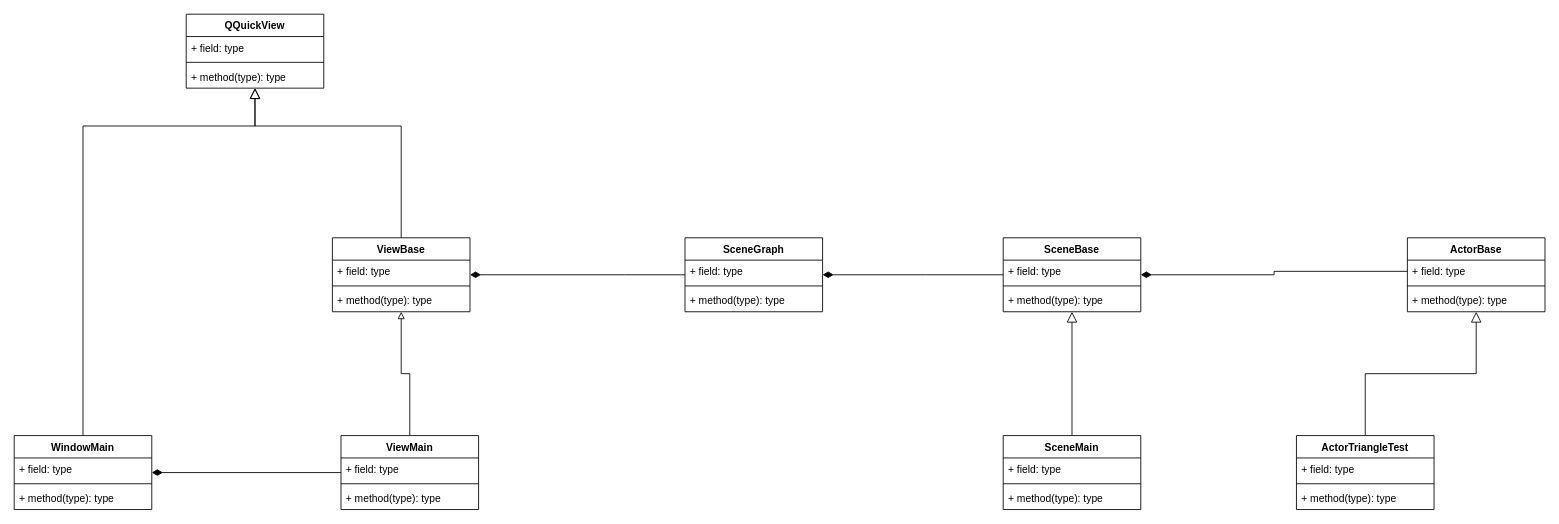
The draw.io diagram doc/OverallClassDiagram.drawio in moshanak/QtPlayGround, before the edit. Source tidied: cells renumbered, new cells numbered last; positions are measured from the earlier drawing's top-left corner, leaving out a move shared by most shapes. Both pictures are drawn from the tidied source at 86%, with x=0, y=0 at pixel (14, 14).
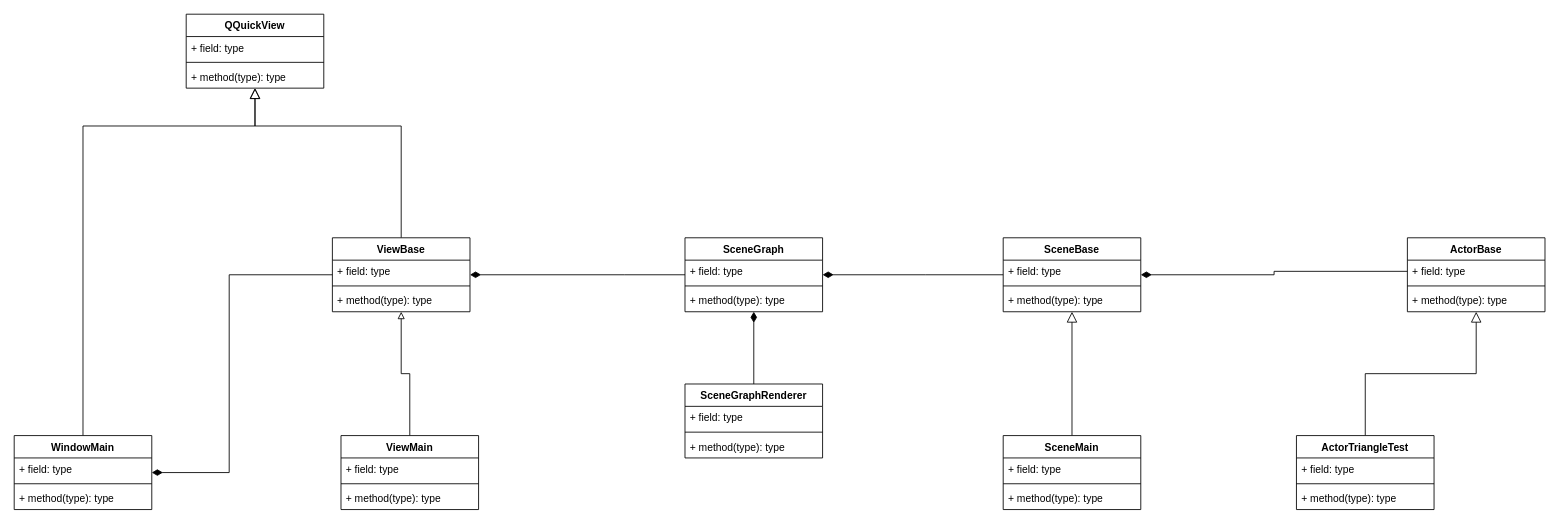
The same diagram, later.

Unchanged cells that the change refers to:
```xml
<mxCell id="3" value="SceneGraph" style="swimlane;fontStyle=1;align=center;verticalAlign=top;horizontal=1;startSize=26;" parent="1" vertex="1">
  <mxGeometry x="780" y="260" width="160" height="86" as="geometry" />
</mxCell>
<mxCell id="9" value="ViewMain" style="swimlane;fontStyle=1;align=center;verticalAlign=top;horizontal=1;startSize=26;" parent="1" vertex="1">
  <mxGeometry x="380" y="490" width="160" height="86" as="geometry" />
</mxCell>
<mxCell id="14" value="WindowMain" style="swimlane;fontStyle=1;align=center;verticalAlign=top;horizontal=1;startSize=26;" parent="1" vertex="1">
  <mxGeometry y="490" width="160" height="86" as="geometry" />
</mxCell>
<mxCell id="23" value="ViewBase" style="swimlane;fontStyle=1;align=center;verticalAlign=top;horizontal=1;startSize=26;" parent="1" vertex="1">
  <mxGeometry x="370" y="260" width="160" height="86" as="geometry" />
</mxCell>
```

What changed in the source:
```diff
@@
-    <mxCell id="8" style="edgeStyle=orthogonalEdgeStyle;rounded=0;jumpSize=6;jettySize=auto;html=1;endArrow=diamondThin;endFill=1;strokeWidth=1;endSize=10;" parent="1" edge="1" source="9" target="14">
-      <mxGeometry relative="1" as="geometry" />
+    <mxCell id="8" style="edgeStyle=orthogonalEdgeStyle;rounded=0;jumpSize=6;jettySize=auto;html=1;endArrow=diamondThin;endFill=1;strokeWidth=1;endSize=10;" parent="1" edge="1" source="23" target="14">
+      <mxGeometry relative="1" as="geometry">
+        <Array as="points">
+          <mxPoint x="250" y="303" />
+          <mxPoint x="250" y="533" />
+        </Array>
+      </mxGeometry>
     </mxCell>
@@
+    <mxCell id="47" style="edgeStyle=orthogonalEdgeStyle;rounded=0;jettySize=auto;html=1;endSize=10;endArrow=diamondThin;endFill=1;" parent="1" edge="1" source="48" target="3">
+      <mxGeometry relative="1" as="geometry" />
+    </mxCell>
+    <mxCell id="48" value="SceneGraphRenderer" style="swimlane;fontStyle=1;align=center;verticalAlign=top;horizontal=1;startSize=26;" parent="1" vertex="1">
+      <mxGeometry x="780" y="430" width="160" height="86" as="geometry" />
+    </mxCell>
+    <mxCell id="49" value="+ field: type" style="text;strokeColor=none;fillColor=none;align=left;verticalAlign=top;spacingLeft=4;spacingRight=4;overflow=hidden;" parent="48" vertex="1">
+      <mxGeometry y="26" width="160" height="26" as="geometry" />
+    </mxCell>
+    <mxCell id="50" style="line;strokeWidth=1;fillColor=none;align=left;verticalAlign=middle;spacingTop=-1;spacingLeft=3;spacingRight=3;labelPosition=right;" parent="48" vertex="1">
+      <mxGeometry y="52" width="160" height="8" as="geometry" />
+    </mxCell>
+    <mxCell id="51" value="+ method(type): type" style="text;strokeColor=none;fillColor=none;align=left;verticalAlign=top;spacingLeft=4;spacingRight=4;overflow=hidden;" parent="48" vertex="1">
+      <mxGeometry y="60" width="160" height="26" as="geometry" />
+    </mxCell>
```
